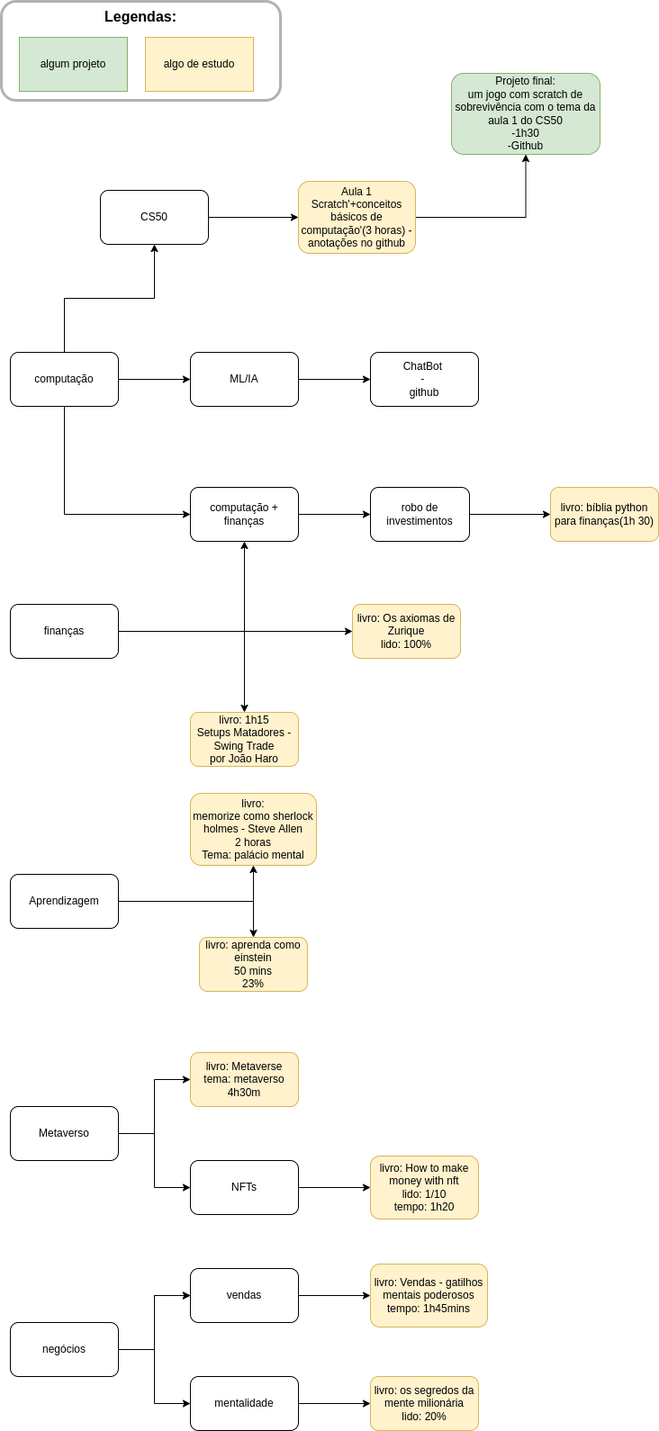
gu-nog/my-studies keeps this draw.io diagram as mystudies.drawio.png. Above is the earlier version. Source tidied: cells renumbered, new cells last; positions are measured from the earlier drawing's top-left corner, leaving out a move shared by most shapes.
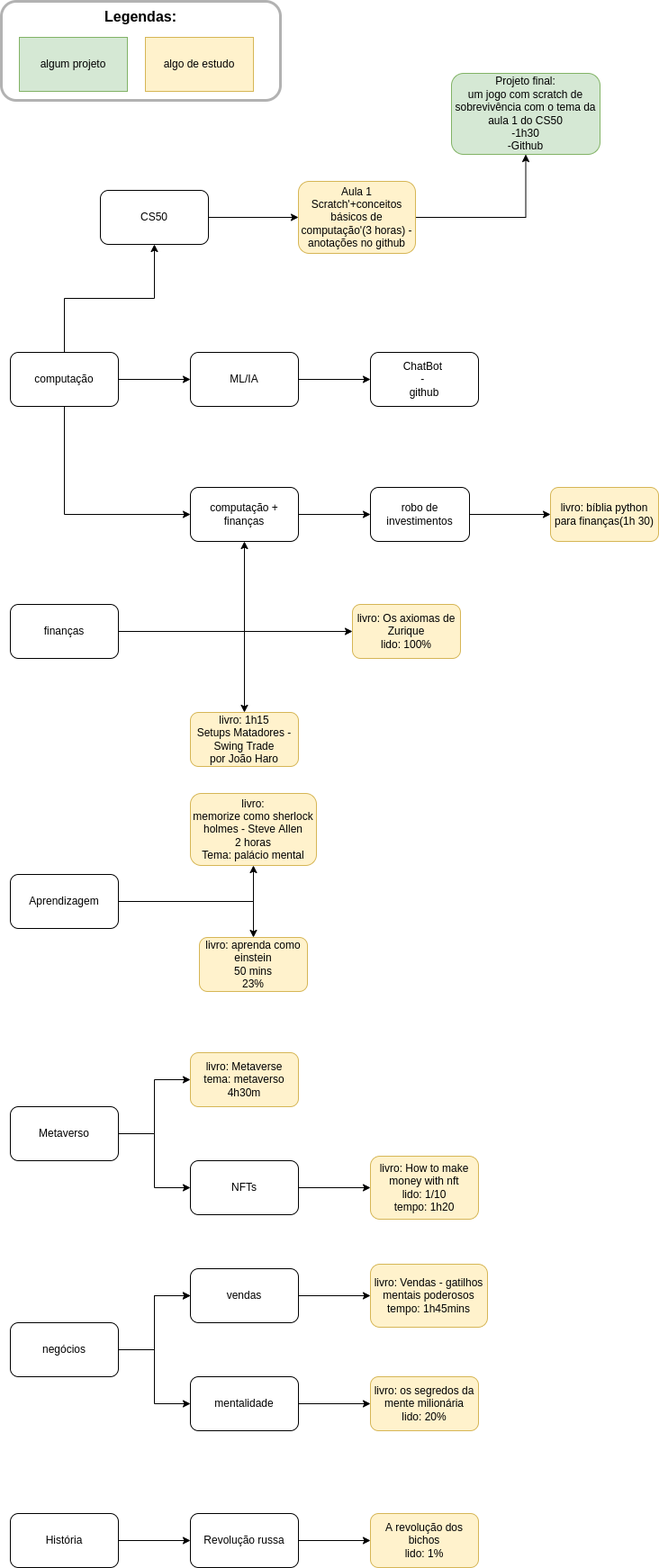
Later version of the same file.

The edit, as a diff of the source:
```diff
@@ -165,5 +165,20 @@
     <mxCell id="49" value="livro: os segredos da mente milionária&lt;br&gt;lido: 20%" style="whiteSpace=wrap;html=1;rounded=1;fillColor=#fff2cc;strokeColor=#d6b656;" parent="1" vertex="1">
       <mxGeometry x="410" y="1528" width="120" height="60" as="geometry" />
     </mxCell>
+    <mxCell id="50" style="edgeStyle=orthogonalEdgeStyle;rounded=0;jettySize=auto;html=1;" parent="1" edge="1" source="51" target="53">
+      <mxGeometry relative="1" as="geometry" />
+    </mxCell>
+    <mxCell id="51" value="História" style="rounded=1;whiteSpace=wrap;html=1;" parent="1" vertex="1">
+      <mxGeometry x="10" y="1680" width="120" height="60" as="geometry" />
+    </mxCell>
+    <mxCell id="52" style="edgeStyle=orthogonalEdgeStyle;rounded=0;jettySize=auto;html=1;" parent="1" edge="1" source="53" target="54">
+      <mxGeometry relative="1" as="geometry" />
+    </mxCell>
+    <mxCell id="53" value="Revolução russa" style="whiteSpace=wrap;html=1;rounded=1;" parent="1" vertex="1">
+      <mxGeometry x="210" y="1680" width="120" height="60" as="geometry" />
+    </mxCell>
+    <mxCell id="54" value="A revolução dos bichos&lt;br&gt;lido: 1%" style="whiteSpace=wrap;html=1;rounded=1;fillColor=#fff2cc;strokeColor=#d6b656;" parent="1" vertex="1">
+      <mxGeometry x="410" y="1680" width="120" height="60" as="geometry" />
+    </mxCell>
   </root>
 </mxGraphModel>
```
